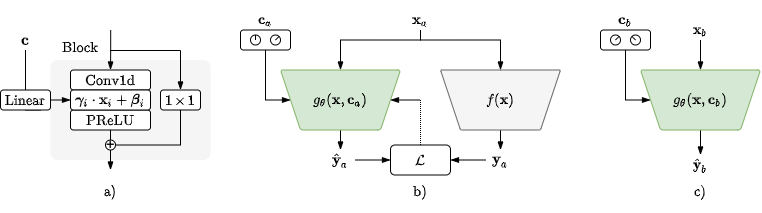
csteinmetz1/steerable-nafx keeps this draw.io diagram as docs/assets/steerable-headline.png. Above is the earlier version. Source tidied: cells renumbered, new cells last; positions are measured from the earlier drawing's top-left corner, leaving out a move shared by most shapes.
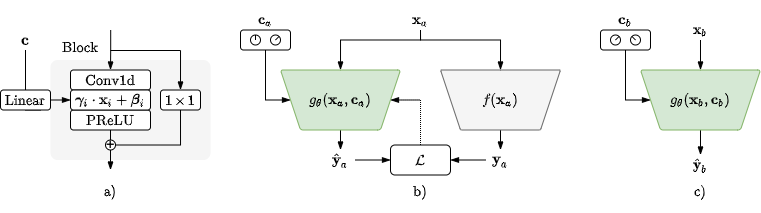
After the change.

Commit message:
fixing equation subscripts in headline

The edit, as a diff of the source:
```diff
@@ -46,7 +46,7 @@
     <mxCell id="11" value="$$\mathcal{L}$$" style="rounded=1;whiteSpace=wrap;html=1;" parent="1" vertex="1">
       <mxGeometry x="390" y="134.5" width="60" height="30" as="geometry" />
     </mxCell>
-    <mxCell id="12" value="$$g_{\theta}(\textbf{x}, \textbf{c}_a)$$" style="text;html=1;strokeColor=none;fillColor=none;align=center;verticalAlign=middle;whiteSpace=wrap;rounded=0;" parent="1" vertex="1">
+    <mxCell id="12" value="$$g_{\theta}(\textbf{x}_a, \textbf{c}_a)$$" style="text;html=1;strokeColor=none;fillColor=none;align=center;verticalAlign=middle;whiteSpace=wrap;rounded=0;" parent="1" vertex="1">
       <mxGeometry x="320" y="79.5" width="40" height="20" as="geometry" />
     </mxCell>
     <mxCell id="13" style="edgeStyle=orthogonalEdgeStyle;rounded=0;jettySize=auto;html=1;exitX=0.5;exitY=0;exitDx=0;exitDy=0;entryX=0.5;entryY=0;entryDx=0;entryDy=0;endArrow=blockThin;endFill=1;" parent="1" edge="1" source="14" target="17">
@@ -55,7 +55,7 @@
     <mxCell id="14" style="shape=trapezoid;perimeter=trapezoidPerimeter;whiteSpace=wrap;html=1;fixedSize=1;rotation=-180;fillColor=#f5f5f5;strokeColor=#666666;fontColor=#333333;rounded=1;arcSize=3;" parent="1" vertex="1">
       <mxGeometry x="440" y="59.5" width="120" height="60" as="geometry" />
     </mxCell>
-    <mxCell id="15" value="$$f(\textbf{x})$$" style="text;html=1;strokeColor=none;fillColor=none;align=center;verticalAlign=middle;whiteSpace=wrap;rounded=0;" parent="1" vertex="1">
+    <mxCell id="15" value="$$f(\textbf{x}_a)$$" style="text;html=1;strokeColor=none;fillColor=none;align=center;verticalAlign=middle;whiteSpace=wrap;rounded=0;" parent="1" vertex="1">
       <mxGeometry x="480" y="79.5" width="40" height="20" as="geometry" />
     </mxCell>
     <mxCell id="16" style="edgeStyle=orthogonalEdgeStyle;rounded=0;jettySize=auto;html=1;exitX=0;exitY=0.5;exitDx=0;exitDy=0;entryX=1;entryY=0.5;entryDx=0;entryDy=0;endArrow=blockThin;endFill=1;" parent="1" edge="1" source="17" target="11">
@@ -70,7 +70,7 @@
     <mxCell id="19" style="shape=trapezoid;perimeter=trapezoidPerimeter;whiteSpace=wrap;html=1;fixedSize=1;rotation=-180;fillColor=#d5e8d4;strokeColor=#82b366;rounded=1;arcSize=6;" parent="1" vertex="1">
       <mxGeometry x="640" y="59.5" width="120" height="60" as="geometry" />
     </mxCell>
-    <mxCell id="20" value="$$g_{\theta}(\textbf{x}, \textbf{c}_b)$$" style="text;html=1;strokeColor=none;fillColor=none;align=center;verticalAlign=middle;whiteSpace=wrap;rounded=0;" parent="1" vertex="1">
+    <mxCell id="20" value="$$g_{\theta}(\textbf{x}_b, \textbf{c}_b)$$" style="text;html=1;strokeColor=none;fillColor=none;align=center;verticalAlign=middle;whiteSpace=wrap;rounded=0;" parent="1" vertex="1">
       <mxGeometry x="680" y="79.5" width="40" height="20" as="geometry" />
     </mxCell>
     <mxCell id="21" style="edgeStyle=orthogonalEdgeStyle;rounded=0;jettySize=auto;html=1;exitX=0.5;exitY=1;exitDx=0;exitDy=0;entryX=0.5;entryY=1;entryDx=0;entryDy=0;endArrow=blockThin;endFill=1;strokeColor=#000000;" parent="1" edge="1" source="22" target="19">
```
